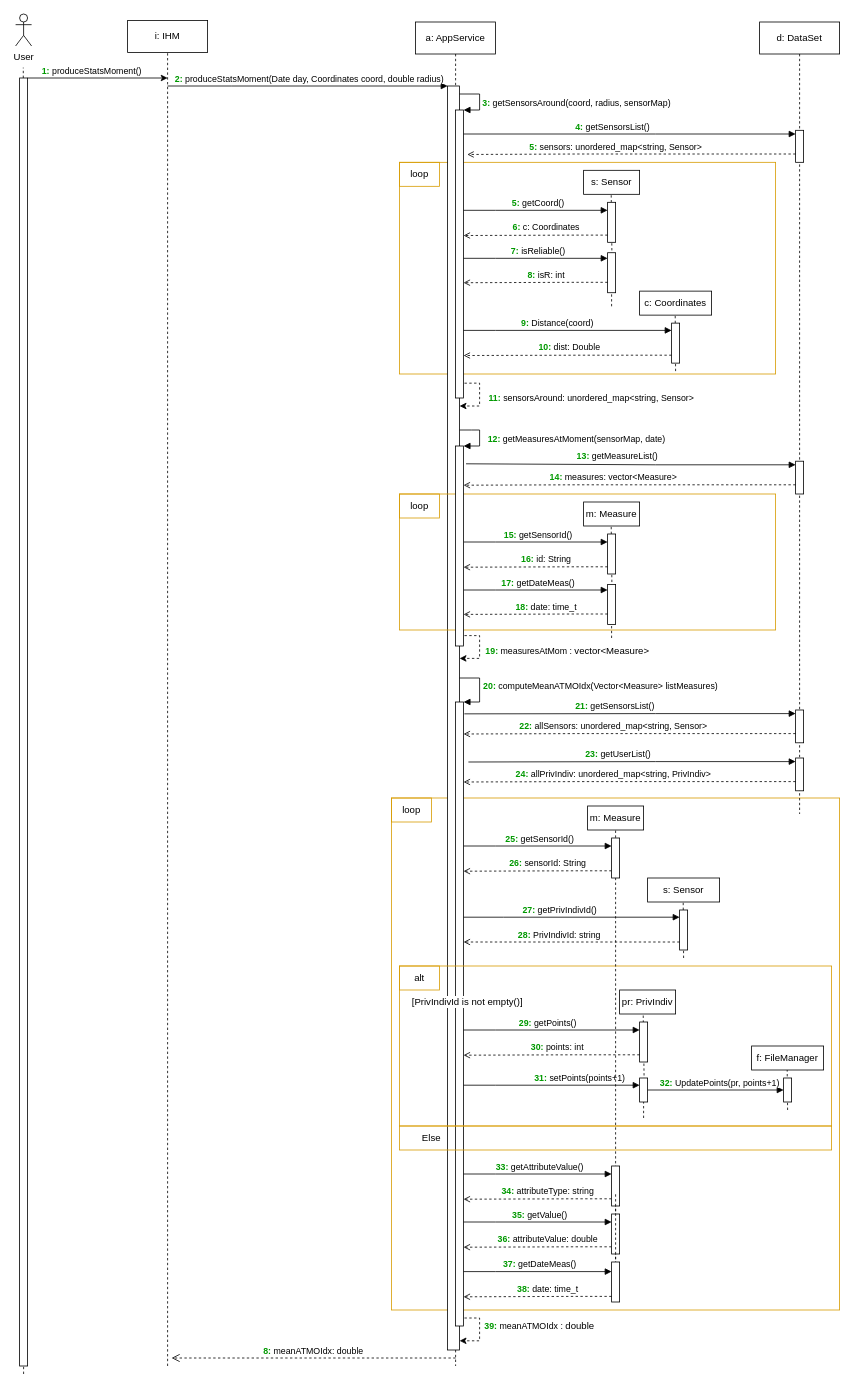
Before: UML stuff/seqDiagProdStatsMoment.drawio in NourJadiri/AirWatcher, a draw.io diagram. Source tidied: cells renumbered, new cells numbered last; positions are measured from the earlier drawing's top-left corner, leaving out a move shared by most shapes. Both pictures are drawn from the tidied source at 80%, with x=0, y=0 at pixel (15, 14).
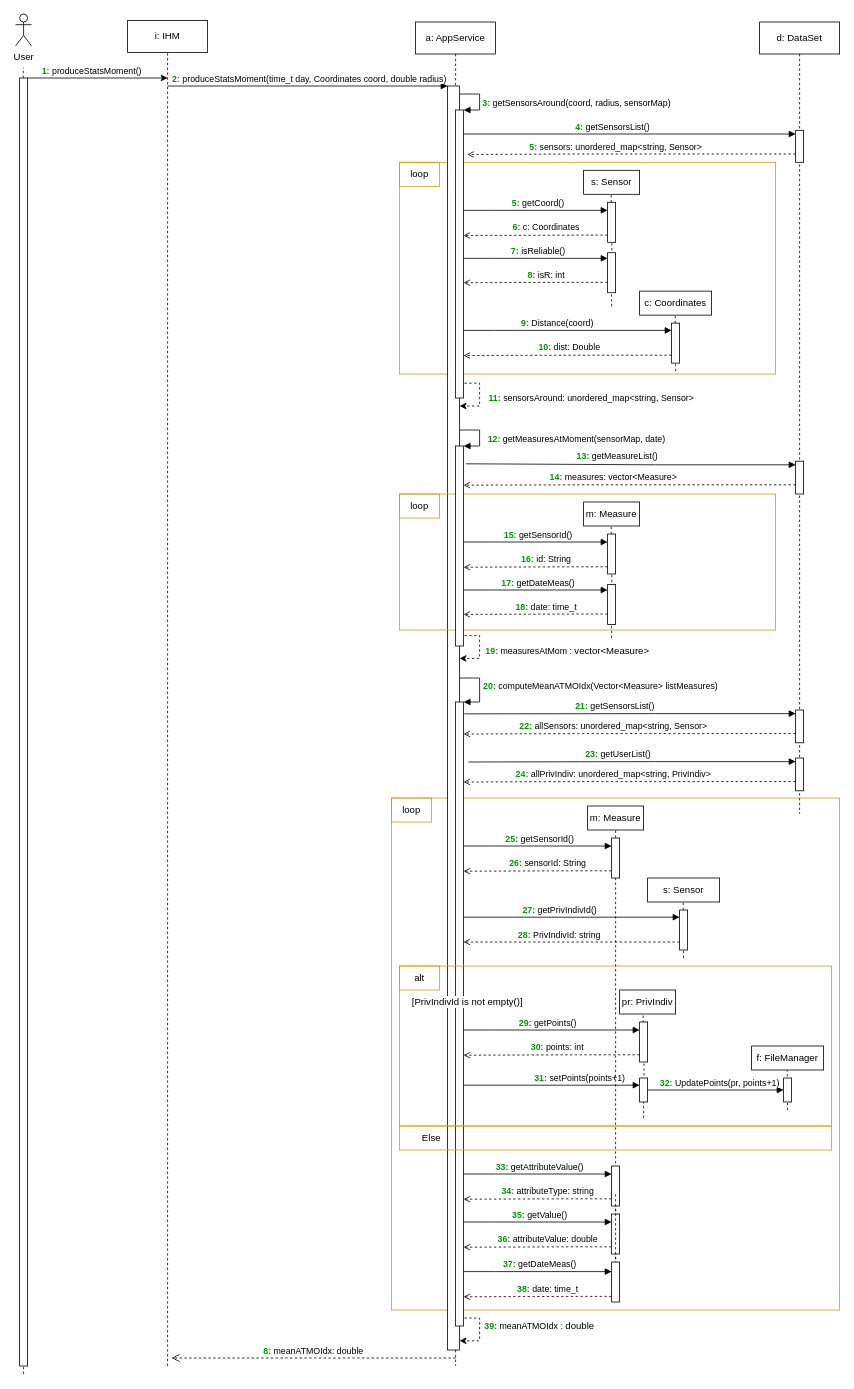
The same diagram, later.

Commit message (it also covers changes not shown here):
Mettre à jour seqDiagProdStatsMoment.drawio

Unchanged cells that the change refers to:
```xml
<mxCell id="5" style="html=1;points=[];perimeter=orthogonalPerimeter;outlineConnect=0;targetShapes=umlLifeline;portConstraint=eastwest;newEdgeStyle={&quot;edgeStyle&quot;:&quot;elbowEdgeStyle&quot;,&quot;elbow&quot;:&quot;vertical&quot;,&quot;curved&quot;:0,&quot;rounded&quot;:0};" parent="4" vertex="1">
  <mxGeometry x="40" y="80" width="15" height="1580" as="geometry" />
</mxCell>
```

Diff of the diagram source:
```diff
@@
-    <mxCell id="21" value="&lt;font color=&quot;#009900&quot;&gt;&lt;b&gt;2:&lt;/b&gt;&lt;/font&gt;&lt;font color=&quot;#99ff99&quot;&gt; &lt;/font&gt;produceStatsMoment(Date day, Coordinates coord, double radius)" style="html=1;verticalAlign=bottom;endArrow=block;edgeStyle=elbowEdgeStyle;elbow=vertical;curved=0;rounded=0;" parent="1" edge="1" target="5">
+    <mxCell id="21" value="&lt;font color=&quot;#009900&quot;&gt;&lt;b&gt;2:&lt;/b&gt;&lt;/font&gt;&lt;font color=&quot;#99ff99&quot;&gt; &lt;/font&gt;produceStatsMoment(time_t day, Coordinates coord, double radius)" style="html=1;verticalAlign=bottom;endArrow=block;edgeStyle=elbowEdgeStyle;elbow=vertical;curved=0;rounded=0;" parent="1" edge="1" target="5">
       <mxGeometry x="0.01" relative="1" as="geometry">
         <mxPoint x="190" y="90" as="sourcePoint" />
         <Array as="points">
           <mxPoint x="270" y="90" />
         </Array>
       </mxGeometry>
     </mxCell>
```
